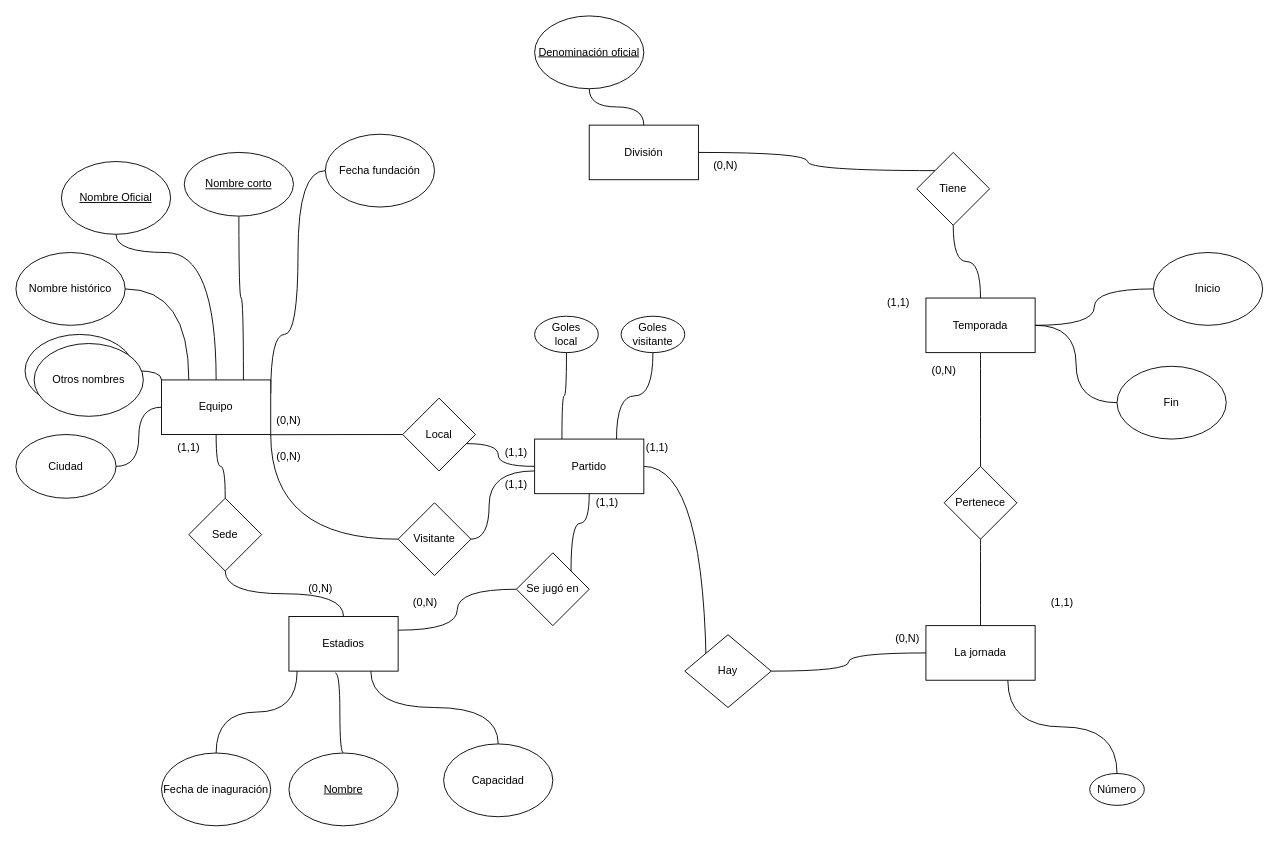
Practicass/Practica1_LigaFutbol keeps this draw.io diagram as draws/LigaFutbol.drawio. Above is the earlier version. Source tidied: cells renumbered, new cells numbered last; positions are measured from the earlier drawing's top-left corner, leaving out a move shared by most shapes. Both pictures are drawn from the tidied source at 91%, with x=0, y=0 at pixel (15, 15).
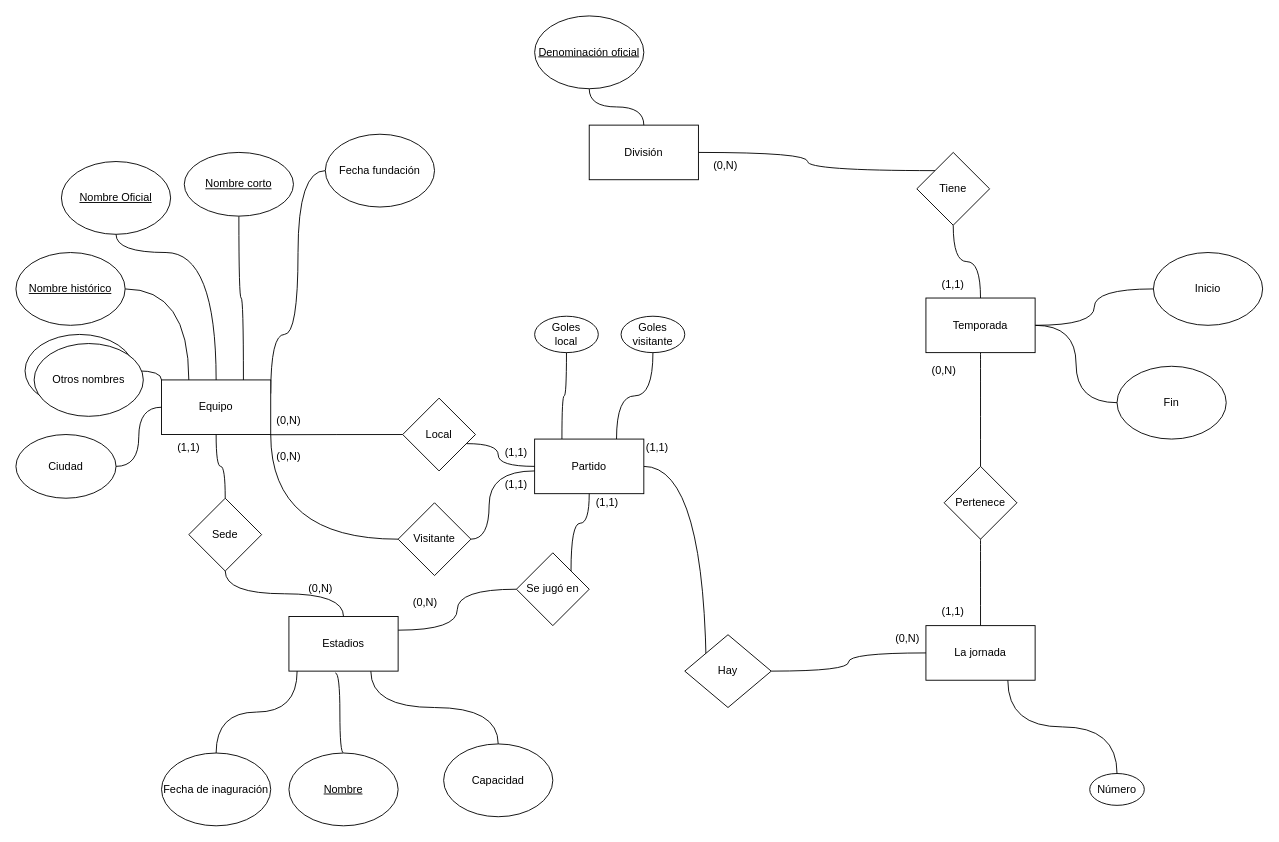
The same page after the edit.

What changed in the source:
```diff
@@
-    <mxCell id="17" value="Nombre histórico" style="ellipse;whiteSpace=wrap;html=1;" parent="1" vertex="1">
+    <mxCell id="17" value="&lt;u&gt;Nombre histórico&lt;/u&gt;" style="ellipse;whiteSpace=wrap;html=1;" parent="1" vertex="1">
       <mxGeometry y="260" width="120" height="80" as="geometry" />
     </mxCell>
@@
     <mxCell id="35" value="(1,1)" style="text;html=1;strokeColor=none;fillColor=none;align=center;verticalAlign=middle;whiteSpace=wrap;rounded=0;" parent="1" vertex="1">
-      <mxGeometry x="1120" y="630" width="60" height="30" as="geometry" />
+      <mxGeometry x="1000" y="640" width="60" height="30" as="geometry" />
     </mxCell>
@@
     <mxCell id="70" value="(1,1)" style="text;html=1;strokeColor=none;fillColor=none;align=center;verticalAlign=middle;whiteSpace=wrap;rounded=0;" parent="1" vertex="1">
-      <mxGeometry x="940" y="300" width="60" height="30" as="geometry" />
+      <mxGeometry x="1000" y="280" width="60" height="30" as="geometry" />
     </mxCell>
```
